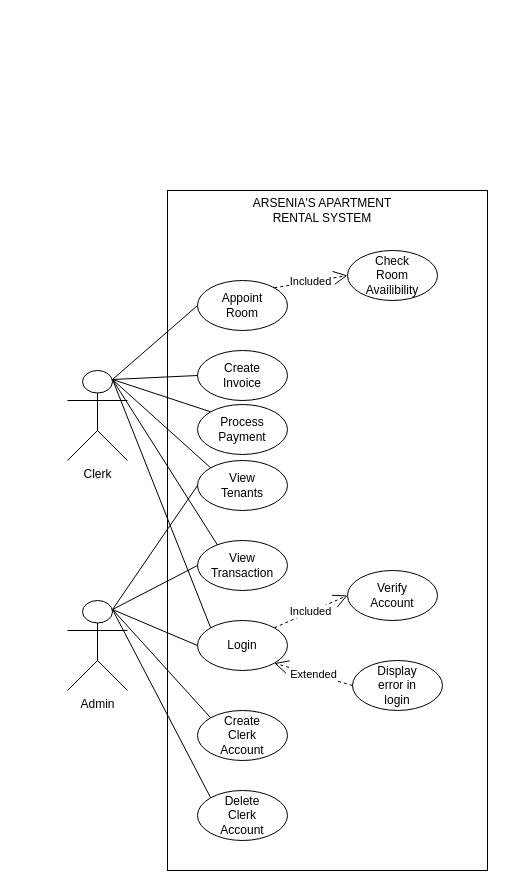
Earlier version of the draw.io diagram USE CASE.drawio (Beskiit/DIAGRAMS). Source tidied: cells renumbered, new cells numbered last; positions are measured from the earlier drawing's top-left corner, leaving out a move shared by most shapes. Both pictures are drawn from the tidied source at 100%, with x=0, y=0 at pixel (67, 190).
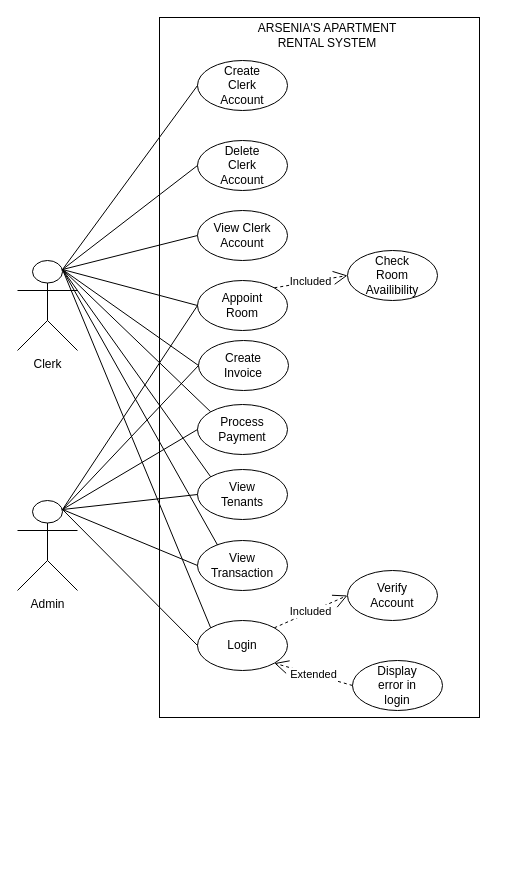
After the change.

The change refers to these unchanged cells:
```xml
<mxCell id="7" style="ellipse;whiteSpace=wrap;html=1;" parent="1" vertex="1">
  <mxGeometry x="130" y="90" width="90" height="50" as="geometry" />
</mxCell>
<mxCell id="39" style="ellipse;whiteSpace=wrap;html=1;" parent="1" vertex="1">
  <mxGeometry x="130" y="214" width="90" height="50" as="geometry" />
</mxCell>
```

Diff of the diagram source:
```diff
@@
     <mxCell id="2" style="rounded=0;whiteSpace=wrap;html=1;" parent="1" vertex="1">
-      <mxGeometry x="100" width="320" height="680" as="geometry" />
+      <mxGeometry x="92" y="-173" width="320" height="700" as="geometry" />
     </mxCell>
     <mxCell id="3" value="Clerk" style="shape=umlActor;verticalLabelPosition=bottom;verticalAlign=top;html=1;outlineConnect=0;" parent="1" vertex="1">
-      <mxGeometry y="180" width="60" height="90" as="geometry" />
+      <mxGeometry x="-50" y="70" width="60" height="90" as="geometry" />
     </mxCell>
     <mxCell id="4" value="Admin" style="shape=umlActor;verticalLabelPosition=bottom;verticalAlign=top;html=1;outlineConnect=0;" parent="1" vertex="1">
-      <mxGeometry y="410" width="60" height="90" as="geometry" />
+      <mxGeometry x="-50" y="310" width="60" height="90" as="geometry" />
     </mxCell>
@@
     <mxCell id="9" style="ellipse;whiteSpace=wrap;html=1;" parent="1" vertex="1">
-      <mxGeometry x="130" y="160" width="90" height="50" as="geometry" />
+      <mxGeometry x="131" y="150" width="90" height="50" as="geometry" />
     </mxCell>
     <mxCell id="10" value="Create Invoice" style="text;html=1;align=center;verticalAlign=middle;whiteSpace=wrap;rounded=0;" parent="1" vertex="1">
-      <mxGeometry x="145" y="170" width="60" height="30" as="geometry" />
+      <mxGeometry x="146" y="160" width="60" height="30" as="geometry" />
     </mxCell>
     <mxCell id="11" style="ellipse;whiteSpace=wrap;html=1;" parent="1" vertex="1">
-      <mxGeometry x="130" y="270" width="90" height="50" as="geometry" />
+      <mxGeometry x="130" y="279" width="90" height="50" as="geometry" />
     </mxCell>
     <mxCell id="12" value="View Tenants" style="text;html=1;align=center;verticalAlign=middle;whiteSpace=wrap;rounded=0;" parent="1" vertex="1">
-      <mxGeometry x="145" y="280" width="60" height="30" as="geometry" />
+      <mxGeometry x="145" y="289" width="60" height="30" as="geometry" />
     </mxCell>
@@
     <mxCell id="21" style="ellipse;whiteSpace=wrap;html=1;" parent="1" vertex="1">
-      <mxGeometry x="130" y="520" width="90" height="50" as="geometry" />
+      <mxGeometry x="130" y="-130" width="90" height="50" as="geometry" />
     </mxCell>
     <mxCell id="22" value="Create Clerk Account" style="text;html=1;align=center;verticalAlign=middle;whiteSpace=wrap;rounded=0;" parent="1" vertex="1">
-      <mxGeometry x="145" y="530" width="60" height="30" as="geometry" />
+      <mxGeometry x="145" y="-120" width="60" height="30" as="geometry" />
     </mxCell>
     <mxCell id="23" style="ellipse;whiteSpace=wrap;html=1;" parent="1" vertex="1">
-      <mxGeometry x="130" y="600" width="90" height="50" as="geometry" />
+      <mxGeometry x="130" y="-50" width="90" height="50" as="geometry" />
     </mxCell>
     <mxCell id="24" value="Delete Clerk Account" style="text;html=1;align=center;verticalAlign=middle;whiteSpace=wrap;rounded=0;" parent="1" vertex="1">
-      <mxGeometry x="145" y="610" width="60" height="30" as="geometry" />
+      <mxGeometry x="145" y="-40" width="60" height="30" as="geometry" />
     </mxCell>
@@
     <mxCell id="28" value="ARSENIA'S APARTMENT RENTAL SYSTEM" style="text;html=1;align=center;verticalAlign=middle;whiteSpace=wrap;rounded=0;" parent="1" vertex="1">
-      <mxGeometry x="160" y="5" width="190" height="30" as="geometry" />
+      <mxGeometry x="165" y="-170" width="190" height="30" as="geometry" />
     </mxCell>
@@
-    <mxCell id="34" style="endArrow=none;html=1;rounded=0;exitX=0.75;exitY=0.1;exitDx=0;exitDy=0;exitPerimeter=0;entryX=0;entryY=0.5;entryDx=0;entryDy=0;" parent="1" edge="1" source="4" target="11">
-      <mxGeometry relative="1" as="geometry" />
-    </mxCell>
@@
-    <mxCell id="37" style="endArrow=none;html=1;rounded=0;exitX=0.75;exitY=0.1;exitDx=0;exitDy=0;exitPerimeter=0;entryX=0;entryY=0;entryDx=0;entryDy=0;" parent="1" edge="1" source="4" target="21">
-      <mxGeometry relative="1" as="geometry" />
-    </mxCell>
-    <mxCell id="38" style="endArrow=none;html=1;rounded=0;exitX=0.75;exitY=0.1;exitDx=0;exitDy=0;exitPerimeter=0;entryX=0;entryY=0;entryDx=0;entryDy=0;" parent="1" edge="1" source="4" target="23">
-      <mxGeometry relative="1" as="geometry" />
-    </mxCell>
@@
+    <mxCell id="42" style="endArrow=none;html=1;rounded=0;exitX=0.75;exitY=0.1;exitDx=0;exitDy=0;exitPerimeter=0;entryX=0;entryY=0.5;entryDx=0;entryDy=0;" parent="1" edge="1" source="3" target="23">
+      <mxGeometry relative="1" as="geometry" />
+    </mxCell>
+    <mxCell id="43" style="endArrow=none;html=1;rounded=0;exitX=0.75;exitY=0.1;exitDx=0;exitDy=0;exitPerimeter=0;entryX=0;entryY=0.5;entryDx=0;entryDy=0;" parent="1" edge="1" source="3" target="21">
+      <mxGeometry relative="1" as="geometry" />
+    </mxCell>
+    <mxCell id="34" style="endArrow=none;html=1;rounded=0;exitX=0.75;exitY=0.1;exitDx=0;exitDy=0;exitPerimeter=0;entryX=0;entryY=0.5;entryDx=0;entryDy=0;" parent="1" edge="1" source="4" target="11">
+      <mxGeometry relative="1" as="geometry" />
+    </mxCell>
+    <mxCell id="44" style="endArrow=none;html=1;rounded=0;exitX=0.75;exitY=0.1;exitDx=0;exitDy=0;exitPerimeter=0;entryX=0;entryY=0.5;entryDx=0;entryDy=0;" parent="1" edge="1" source="4" target="39">
+      <mxGeometry relative="1" as="geometry" />
+    </mxCell>
+    <mxCell id="45" style="endArrow=none;html=1;rounded=0;exitX=0.75;exitY=0.1;exitDx=0;exitDy=0;exitPerimeter=0;entryX=0;entryY=0.5;entryDx=0;entryDy=0;" parent="1" edge="1" source="4" target="9">
+      <mxGeometry relative="1" as="geometry" />
+    </mxCell>
+    <mxCell id="46" style="endArrow=none;html=1;rounded=0;exitX=0.75;exitY=0.1;exitDx=0;exitDy=0;exitPerimeter=0;entryX=0;entryY=0.5;entryDx=0;entryDy=0;" parent="1" edge="1" source="4" target="7">
+      <mxGeometry relative="1" as="geometry" />
+    </mxCell>
+    <mxCell id="47" style="ellipse;whiteSpace=wrap;html=1;" parent="1" vertex="1">
+      <mxGeometry x="130" y="20" width="90" height="50" as="geometry" />
+    </mxCell>
+    <mxCell id="48" value="View Clerk Account" style="text;html=1;align=center;verticalAlign=middle;whiteSpace=wrap;rounded=0;" parent="1" vertex="1">
+      <mxGeometry x="145" y="30" width="60" height="30" as="geometry" />
+    </mxCell>
+    <mxCell id="49" style="endArrow=none;html=1;rounded=0;exitX=0.75;exitY=0.1;exitDx=0;exitDy=0;exitPerimeter=0;entryX=0;entryY=0.5;entryDx=0;entryDy=0;" parent="1" edge="1" source="3" target="47">
+      <mxGeometry relative="1" as="geometry" />
+    </mxCell>
```
